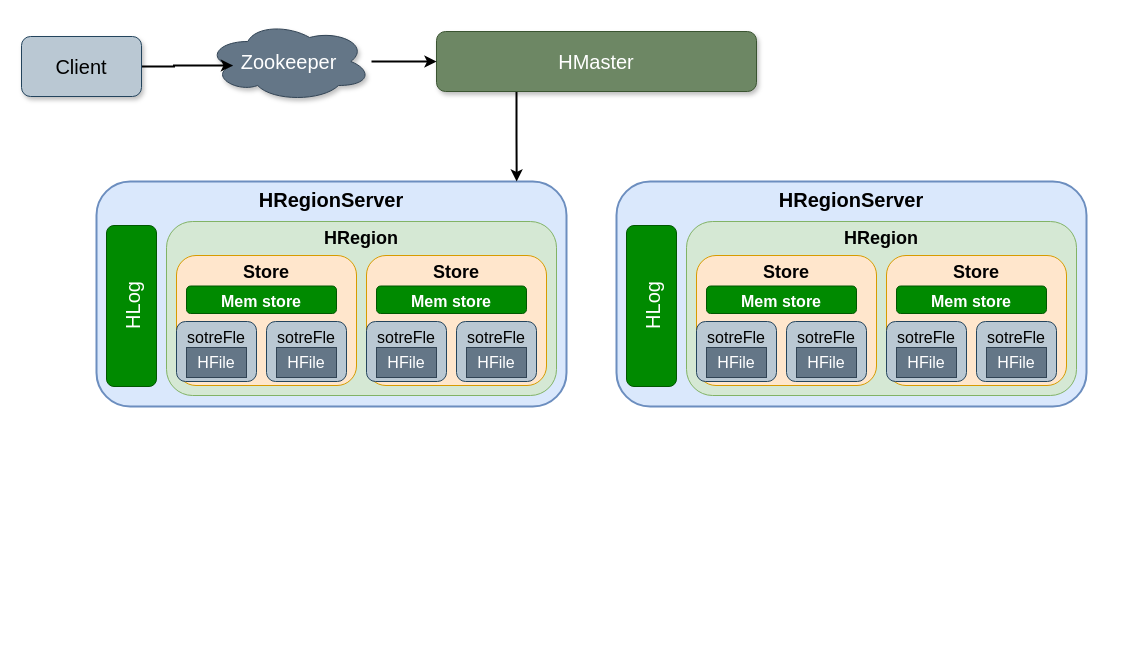
The draw.io diagram HBase.drawio in starzy1990/diagrams, before the edit. Source tidied: cells renumbered, new cells numbered last; positions are measured from the earlier drawing's top-left corner, leaving out a move shared by most shapes. Both pictures are drawn from the tidied source at 100%, with x=0, y=0 at pixel (21, 21).
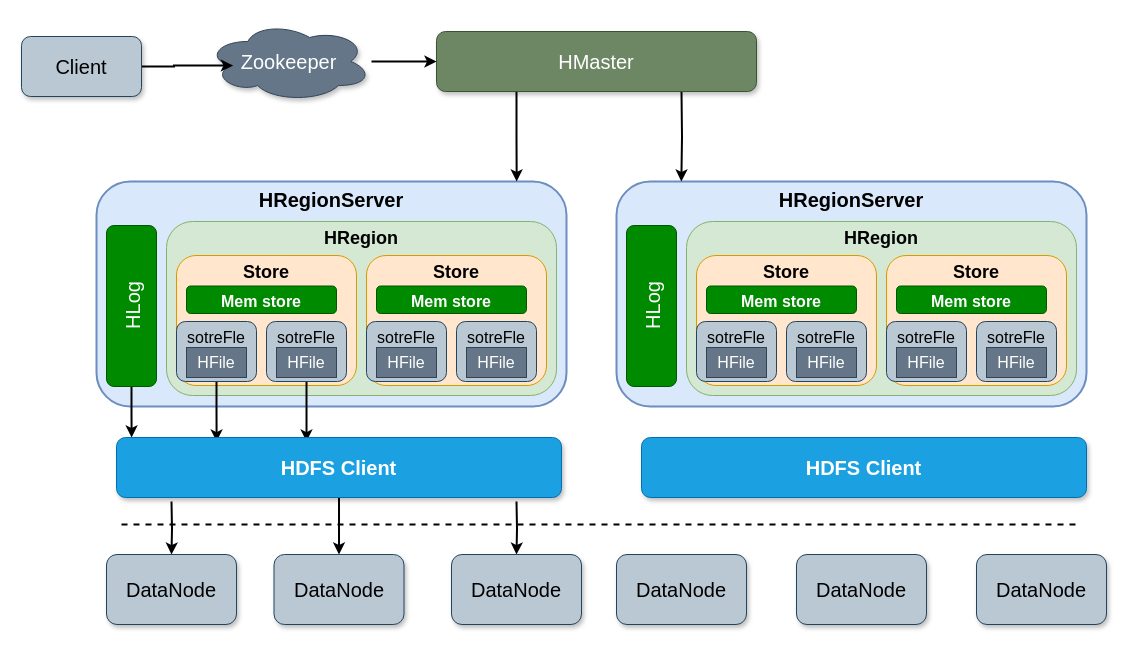
Above is the later version.

Unchanged cells that the change refers to:
```xml
<mxCell id="3" value="HLog" style="rounded=1;whiteSpace=wrap;html=1;fillColor=#008a00;fontColor=#ffffff;strokeColor=#005700;horizontal=0;fontSize=20;" parent="1" vertex="1">
  <mxGeometry x="85" y="204" width="50" height="161" as="geometry" />
</mxCell>
<mxCell id="7" value="sotreFle" style="rounded=1;whiteSpace=wrap;html=1;fontSize=16;verticalAlign=top;fillColor=#bac8d3;strokeColor=#23445d;" parent="1" vertex="1">
  <mxGeometry x="155" y="300" width="80" height="60" as="geometry" />
</mxCell>
<mxCell id="9" value="sotreFle" style="rounded=1;whiteSpace=wrap;html=1;fontSize=16;verticalAlign=top;fillColor=#bac8d3;strokeColor=#23445d;" parent="1" vertex="1">
  <mxGeometry x="245" y="300" width="80" height="60" as="geometry" />
</mxCell>
<mxCell id="17" value="HRegionServer" style="rounded=1;whiteSpace=wrap;html=1;strokeWidth=2;fillColor=#dae8fc;strokeColor=#6c8ebf;fontSize=20;verticalAlign=top;fontStyle=1;" parent="1" vertex="1">
  <mxGeometry x="595" y="160" width="470" height="225" as="geometry" />
</mxCell>
```

Diff of the diagram source:
```diff
@@
+    <mxCell id="38" style="edgeStyle=orthogonalEdgeStyle;rounded=0;jettySize=auto;html=1;entryX=0.034;entryY=0;entryDx=0;entryDy=0;entryPerimeter=0;strokeWidth=2;fontSize=20;" parent="1" edge="1" source="3" target="45">
+      <mxGeometry relative="1" as="geometry" />
+    </mxCell>
@@
+    <mxCell id="39" style="edgeStyle=orthogonalEdgeStyle;rounded=0;jettySize=auto;html=1;entryX=0.225;entryY=0.067;entryDx=0;entryDy=0;entryPerimeter=0;strokeWidth=2;fontSize=20;" parent="1" edge="1" source="7" target="45">
+      <mxGeometry relative="1" as="geometry" />
+    </mxCell>
@@
+    <mxCell id="40" style="edgeStyle=orthogonalEdgeStyle;rounded=0;jettySize=auto;html=1;entryX=0.427;entryY=0.067;entryDx=0;entryDy=0;entryPerimeter=0;strokeWidth=2;fontSize=20;" parent="1" edge="1" source="9" target="45">
+      <mxGeometry relative="1" as="geometry" />
+    </mxCell>
@@
+    <mxCell id="41" style="edgeStyle=orthogonalEdgeStyle;rounded=0;jettySize=auto;html=1;entryX=0.138;entryY=0;entryDx=0;entryDy=0;entryPerimeter=0;strokeWidth=2;fontSize=20;" parent="1" edge="1" target="17">
+      <mxGeometry relative="1" as="geometry">
+        <mxPoint x="660" y="70" as="sourcePoint" />
+      </mxGeometry>
+    </mxCell>
@@
+    <mxCell id="42" style="edgeStyle=orthogonalEdgeStyle;rounded=0;jettySize=auto;html=1;entryX=0.5;entryY=0;entryDx=0;entryDy=0;strokeWidth=2;fontSize=20;" parent="1" edge="1" target="48">
+      <mxGeometry relative="1" as="geometry">
+        <mxPoint x="150" y="480" as="sourcePoint" />
+      </mxGeometry>
+    </mxCell>
+    <mxCell id="43" style="edgeStyle=orthogonalEdgeStyle;rounded=0;jettySize=auto;html=1;entryX=0.5;entryY=0;entryDx=0;entryDy=0;strokeWidth=2;fontSize=20;" parent="1" edge="1" source="45" target="49">
+      <mxGeometry relative="1" as="geometry" />
+    </mxCell>
+    <mxCell id="44" style="edgeStyle=orthogonalEdgeStyle;rounded=0;jettySize=auto;html=1;entryX=0.5;entryY=0;entryDx=0;entryDy=0;strokeWidth=2;fontSize=20;" parent="1" edge="1" target="50">
+      <mxGeometry relative="1" as="geometry">
+        <mxPoint x="495" y="480" as="sourcePoint" />
+      </mxGeometry>
+    </mxCell>
+    <mxCell id="45" value="HDFS Client" style="rounded=1;whiteSpace=wrap;html=1;shadow=1;fontSize=20;fillColor=#1ba1e2;strokeColor=#006EAF;fontColor=#ffffff;fontStyle=1;" parent="1" vertex="1">
+      <mxGeometry x="95" y="416" width="445" height="60" as="geometry" />
+    </mxCell>
+    <mxCell id="46" value="HDFS Client" style="rounded=1;whiteSpace=wrap;html=1;shadow=1;fontSize=20;fillColor=#1ba1e2;strokeColor=#006EAF;fontColor=#ffffff;fontStyle=1;" parent="1" vertex="1">
+      <mxGeometry x="620" y="416" width="445" height="60" as="geometry" />
+    </mxCell>
+    <mxCell id="47" style="endArrow=none;dashed=1;html=1;rounded=0;strokeWidth=2;fontSize=20;" parent="1" edge="1">
+      <mxGeometry relative="1" as="geometry">
+        <mxPoint x="100" y="503" as="sourcePoint" />
+        <mxPoint x="1060" y="503" as="targetPoint" />
+      </mxGeometry>
+    </mxCell>
+    <mxCell id="48" value="DataNode" style="rounded=1;whiteSpace=wrap;html=1;shadow=1;fontSize=20;fillColor=#bac8d3;strokeColor=#23445d;" parent="1" vertex="1">
+      <mxGeometry x="85" y="533" width="130" height="70" as="geometry" />
+    </mxCell>
+    <mxCell id="49" value="DataNode" style="rounded=1;whiteSpace=wrap;html=1;shadow=1;fontSize=20;fillColor=#bac8d3;strokeColor=#23445d;" parent="1" vertex="1">
+      <mxGeometry x="252.5" y="533" width="130" height="70" as="geometry" />
+    </mxCell>
+    <mxCell id="50" value="DataNode" style="rounded=1;whiteSpace=wrap;html=1;shadow=1;fontSize=20;fillColor=#bac8d3;strokeColor=#23445d;" parent="1" vertex="1">
+      <mxGeometry x="430" y="533" width="130" height="70" as="geometry" />
+    </mxCell>
+    <mxCell id="51" value="DataNode" style="rounded=1;whiteSpace=wrap;html=1;shadow=1;fontSize=20;fillColor=#bac8d3;strokeColor=#23445d;" parent="1" vertex="1">
+      <mxGeometry x="595" y="533" width="130" height="70" as="geometry" />
+    </mxCell>
+    <mxCell id="52" value="DataNode" style="rounded=1;whiteSpace=wrap;html=1;shadow=1;fontSize=20;fillColor=#bac8d3;strokeColor=#23445d;" parent="1" vertex="1">
+      <mxGeometry x="775" y="533" width="130" height="70" as="geometry" />
+    </mxCell>
+    <mxCell id="53" value="DataNode" style="rounded=1;whiteSpace=wrap;html=1;shadow=1;fontSize=20;fillColor=#bac8d3;strokeColor=#23445d;" parent="1" vertex="1">
+      <mxGeometry x="955" y="533" width="130" height="70" as="geometry" />
+    </mxCell>
```
